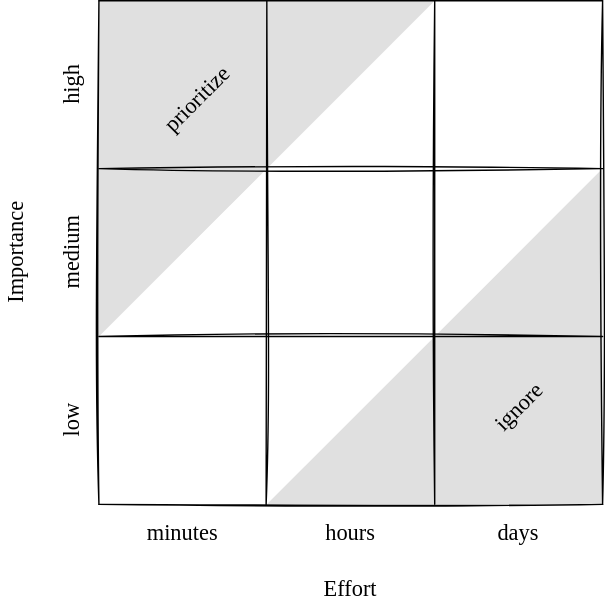
gvwilson/btt keeps this draw.io diagram as docs/crunch/effort-importance.svg. Above is the earlier version. Source tidied: cells renumbered, new cells last; positions are measured from the earlier drawing's top-left corner, leaving out a move shared by most shapes. The source it was exported from:
```xml
<mxGraphModel background="#ffffff">
  <root>
    <mxCell id="0" />
    <mxCell id="1" parent="0" />
    <mxCell id="2" style="verticalLabelPosition=bottom;verticalAlign=top;html=1;shape=mxgraph.basic.orthogonal_triangle;fontFamily=Comic Sans MS;flipH=1;strokeColor=none;fillColor=#E0E0E0;rotation=-180;" parent="1" vertex="1">
      <mxGeometry x="120" width="240" height="240" as="geometry" />
    </mxCell>
    <mxCell id="3" style="verticalLabelPosition=bottom;verticalAlign=top;html=1;shape=mxgraph.basic.orthogonal_triangle;fontFamily=Comic Sans MS;flipH=1;strokeColor=none;fillColor=#E0E0E0;" parent="1" vertex="1">
      <mxGeometry x="240" y="120" width="240" height="240" as="geometry" />
    </mxCell>
    <mxCell id="4" value="&lt;font style=&quot;font-size: 16px&quot;&gt;minutes&lt;/font&gt;" style="text;html=1;strokeColor=none;fillColor=none;align=center;verticalAlign=middle;whiteSpace=wrap;rounded=0;fontFamily=Comic Sans MS;sketch=1;" parent="1" vertex="1">
      <mxGeometry x="120" y="370" width="120" height="20" as="geometry" />
    </mxCell>
    <mxCell id="5" value="&lt;font style=&quot;font-size: 16px&quot;&gt;hours&lt;/font&gt;" style="text;html=1;strokeColor=none;fillColor=none;align=center;verticalAlign=middle;whiteSpace=wrap;rounded=0;fontFamily=Comic Sans MS;sketch=1;" parent="1" vertex="1">
      <mxGeometry x="240" y="370" width="120" height="20" as="geometry" />
    </mxCell>
    <mxCell id="6" value="&lt;font style=&quot;font-size: 16px&quot;&gt;days&lt;/font&gt;" style="text;html=1;strokeColor=none;fillColor=none;align=center;verticalAlign=middle;whiteSpace=wrap;rounded=0;fontFamily=Comic Sans MS;sketch=1;" parent="1" vertex="1">
      <mxGeometry x="360" y="370" width="120" height="20" as="geometry" />
    </mxCell>
    <mxCell id="7" style="endArrow=none;html=1;fontFamily=Comic Sans MS;sketch=1;" parent="1" edge="1">
      <mxGeometry relative="1" as="geometry">
        <mxPoint x="120" y="360" as="sourcePoint" />
        <mxPoint x="120" as="targetPoint" />
      </mxGeometry>
    </mxCell>
    <mxCell id="8" style="endArrow=none;html=1;fontFamily=Comic Sans MS;sketch=1;" parent="1" edge="1">
      <mxGeometry relative="1" as="geometry">
        <mxPoint x="239.5" y="360" as="sourcePoint" />
        <mxPoint x="240" as="targetPoint" />
      </mxGeometry>
    </mxCell>
    <mxCell id="9" style="endArrow=none;html=1;fontFamily=Comic Sans MS;sketch=1;" parent="1" edge="1">
      <mxGeometry relative="1" as="geometry">
        <mxPoint x="480" y="360" as="sourcePoint" />
        <mxPoint x="480" as="targetPoint" />
      </mxGeometry>
    </mxCell>
    <mxCell id="10" style="endArrow=none;html=1;fontFamily=Comic Sans MS;sketch=1;" parent="1" edge="1">
      <mxGeometry relative="1" as="geometry">
        <mxPoint x="360" y="360" as="sourcePoint" />
        <mxPoint x="360" as="targetPoint" />
      </mxGeometry>
    </mxCell>
    <mxCell id="11" style="endArrow=none;html=1;fontFamily=Comic Sans MS;sketch=1;" parent="1" edge="1">
      <mxGeometry relative="1" as="geometry">
        <mxPoint x="480" y="120" as="sourcePoint" />
        <mxPoint x="120" y="120" as="targetPoint" />
      </mxGeometry>
    </mxCell>
    <mxCell id="12" style="endArrow=none;html=1;fontFamily=Comic Sans MS;sketch=1;" parent="1" edge="1">
      <mxGeometry relative="1" as="geometry">
        <mxPoint x="480" as="sourcePoint" />
        <mxPoint x="120" as="targetPoint" />
      </mxGeometry>
    </mxCell>
    <mxCell id="13" style="endArrow=none;html=1;fontFamily=Comic Sans MS;sketch=1;" parent="1" edge="1">
      <mxGeometry relative="1" as="geometry">
        <mxPoint x="480" y="240" as="sourcePoint" />
        <mxPoint x="120" y="240" as="targetPoint" />
      </mxGeometry>
    </mxCell>
    <mxCell id="14" style="endArrow=none;html=1;fontFamily=Comic Sans MS;sketch=1;" parent="1" edge="1">
      <mxGeometry relative="1" as="geometry">
        <mxPoint x="480" y="360" as="sourcePoint" />
        <mxPoint x="120" y="360" as="targetPoint" />
      </mxGeometry>
    </mxCell>
    <mxCell id="15" value="&lt;font style=&quot;font-size: 16px&quot;&gt;low&lt;/font&gt;" style="text;html=1;strokeColor=none;fillColor=none;align=center;verticalAlign=middle;whiteSpace=wrap;rounded=0;fontFamily=Comic Sans MS;sketch=1;rotation=-90;" parent="1" vertex="1">
      <mxGeometry x="40" y="290" width="120" height="20" as="geometry" />
    </mxCell>
    <mxCell id="16" value="&lt;font style=&quot;font-size: 16px&quot;&gt;medium&lt;/font&gt;" style="text;html=1;strokeColor=none;fillColor=none;align=center;verticalAlign=middle;whiteSpace=wrap;rounded=0;fontFamily=Comic Sans MS;sketch=1;rotation=-90;" parent="1" vertex="1">
      <mxGeometry x="40" y="170" width="120" height="20" as="geometry" />
    </mxCell>
    <mxCell id="17" value="&lt;font style=&quot;font-size: 16px&quot;&gt;high&lt;/font&gt;" style="text;html=1;strokeColor=none;fillColor=none;align=center;verticalAlign=middle;whiteSpace=wrap;rounded=0;fontFamily=Comic Sans MS;sketch=1;rotation=-90;" parent="1" vertex="1">
      <mxGeometry x="40" y="50" width="120" height="20" as="geometry" />
    </mxCell>
    <mxCell id="18" value="&lt;font style=&quot;font-size: 16px&quot;&gt;Importance&lt;/font&gt;" style="text;html=1;strokeColor=none;fillColor=none;align=center;verticalAlign=middle;whiteSpace=wrap;rounded=0;fontFamily=Comic Sans MS;sketch=1;rotation=-90;" parent="1" vertex="1">
      <mxGeometry y="170" width="120" height="20" as="geometry" />
    </mxCell>
    <mxCell id="19" value="&lt;font style=&quot;font-size: 16px&quot;&gt;Effort&lt;/font&gt;" style="text;html=1;strokeColor=none;fillColor=none;align=center;verticalAlign=middle;whiteSpace=wrap;rounded=0;fontFamily=Comic Sans MS;sketch=1;" parent="1" vertex="1">
      <mxGeometry x="240" y="410" width="120" height="20" as="geometry" />
    </mxCell>
    <mxCell id="20" value="&lt;font style=&quot;font-size: 16px&quot;&gt;ignore&lt;/font&gt;" style="text;html=1;strokeColor=none;fillColor=none;align=center;verticalAlign=middle;whiteSpace=wrap;rounded=0;fontFamily=Comic Sans MS;sketch=1;rotation=-45;" parent="1" vertex="1">
      <mxGeometry x="360" y="280" width="120" height="20" as="geometry" />
    </mxCell>
    <mxCell id="21" value="&lt;font style=&quot;font-size: 16px&quot;&gt;prioritize&lt;/font&gt;" style="text;html=1;strokeColor=none;fillColor=none;align=center;verticalAlign=middle;whiteSpace=wrap;rounded=0;fontFamily=Comic Sans MS;sketch=1;rotation=-45;" parent="1" vertex="1">
      <mxGeometry x="130" y="60" width="120" height="20" as="geometry" />
    </mxCell>
  </root>
</mxGraphModel>
```
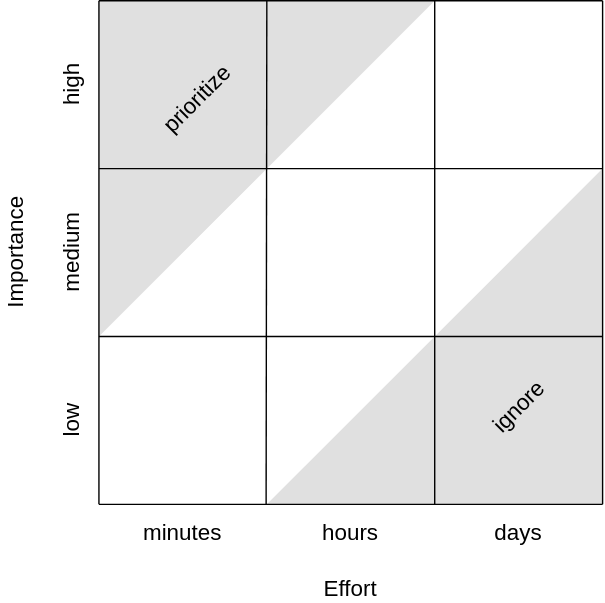
The same file after the commit.

Change to the diagram source:
```diff
@@ -2,88 +2,88 @@
   <root>
     <mxCell id="0" />
     <mxCell id="1" parent="0" />
-    <mxCell id="2" style="verticalLabelPosition=bottom;verticalAlign=top;html=1;shape=mxgraph.basic.orthogonal_triangle;fontFamily=Comic Sans MS;flipH=1;strokeColor=none;fillColor=#E0E0E0;rotation=-180;" parent="1" vertex="1">
+    <mxCell id="2" style="verticalLabelPosition=bottom;verticalAlign=top;html=1;shape=mxgraph.basic.orthogonal_triangle;fontFamily=Helvetica;flipH=1;strokeColor=none;fillColor=#E0E0E0;rotation=-180;" parent="1" vertex="1">
       <mxGeometry x="120" width="240" height="240" as="geometry" />
     </mxCell>
-    <mxCell id="3" style="verticalLabelPosition=bottom;verticalAlign=top;html=1;shape=mxgraph.basic.orthogonal_triangle;fontFamily=Comic Sans MS;flipH=1;strokeColor=none;fillColor=#E0E0E0;" parent="1" vertex="1">
+    <mxCell id="3" style="verticalLabelPosition=bottom;verticalAlign=top;html=1;shape=mxgraph.basic.orthogonal_triangle;fontFamily=Helvetica;flipH=1;strokeColor=none;fillColor=#E0E0E0;" parent="1" vertex="1">
       <mxGeometry x="240" y="120" width="240" height="240" as="geometry" />
     </mxCell>
-    <mxCell id="4" value="&lt;font style=&quot;font-size: 16px&quot;&gt;minutes&lt;/font&gt;" style="text;html=1;strokeColor=none;fillColor=none;align=center;verticalAlign=middle;whiteSpace=wrap;rounded=0;fontFamily=Comic Sans MS;sketch=1;" parent="1" vertex="1">
+    <mxCell id="4" value="&lt;font style=&quot;font-size: 16px&quot;&gt;minutes&lt;/font&gt;" style="text;html=1;strokeColor=none;fillColor=none;align=center;verticalAlign=middle;whiteSpace=wrap;rounded=0;fontFamily=Helvetica;" parent="1" vertex="1">
       <mxGeometry x="120" y="370" width="120" height="20" as="geometry" />
     </mxCell>
-    <mxCell id="5" value="&lt;font style=&quot;font-size: 16px&quot;&gt;hours&lt;/font&gt;" style="text;html=1;strokeColor=none;fillColor=none;align=center;verticalAlign=middle;whiteSpace=wrap;rounded=0;fontFamily=Comic Sans MS;sketch=1;" parent="1" vertex="1">
+    <mxCell id="5" value="&lt;font style=&quot;font-size: 16px&quot;&gt;hours&lt;/font&gt;" style="text;html=1;strokeColor=none;fillColor=none;align=center;verticalAlign=middle;whiteSpace=wrap;rounded=0;fontFamily=Helvetica;" parent="1" vertex="1">
       <mxGeometry x="240" y="370" width="120" height="20" as="geometry" />
     </mxCell>
-    <mxCell id="6" value="&lt;font style=&quot;font-size: 16px&quot;&gt;days&lt;/font&gt;" style="text;html=1;strokeColor=none;fillColor=none;align=center;verticalAlign=middle;whiteSpace=wrap;rounded=0;fontFamily=Comic Sans MS;sketch=1;" parent="1" vertex="1">
+    <mxCell id="6" value="&lt;font style=&quot;font-size: 16px&quot;&gt;days&lt;/font&gt;" style="text;html=1;strokeColor=none;fillColor=none;align=center;verticalAlign=middle;whiteSpace=wrap;rounded=0;fontFamily=Helvetica;" parent="1" vertex="1">
       <mxGeometry x="360" y="370" width="120" height="20" as="geometry" />
     </mxCell>
-    <mxCell id="7" style="endArrow=none;html=1;fontFamily=Comic Sans MS;sketch=1;" parent="1" edge="1">
+    <mxCell id="7" style="endArrow=none;html=1;fontFamily=Helvetica;" parent="1" edge="1">
       <mxGeometry relative="1" as="geometry">
         <mxPoint x="120" y="360" as="sourcePoint" />
         <mxPoint x="120" as="targetPoint" />
       </mxGeometry>
     </mxCell>
-    <mxCell id="8" style="endArrow=none;html=1;fontFamily=Comic Sans MS;sketch=1;" parent="1" edge="1">
+    <mxCell id="8" style="endArrow=none;html=1;fontFamily=Helvetica;" parent="1" edge="1">
       <mxGeometry relative="1" as="geometry">
         <mxPoint x="239.5" y="360" as="sourcePoint" />
         <mxPoint x="240" as="targetPoint" />
       </mxGeometry>
     </mxCell>
-    <mxCell id="9" style="endArrow=none;html=1;fontFamily=Comic Sans MS;sketch=1;" parent="1" edge="1">
+    <mxCell id="9" style="endArrow=none;html=1;fontFamily=Helvetica;" parent="1" edge="1">
       <mxGeometry relative="1" as="geometry">
         <mxPoint x="480" y="360" as="sourcePoint" />
         <mxPoint x="480" as="targetPoint" />
       </mxGeometry>
     </mxCell>
-    <mxCell id="10" style="endArrow=none;html=1;fontFamily=Comic Sans MS;sketch=1;" parent="1" edge="1">
+    <mxCell id="10" style="endArrow=none;html=1;fontFamily=Helvetica;" parent="1" edge="1">
       <mxGeometry relative="1" as="geometry">
         <mxPoint x="360" y="360" as="sourcePoint" />
         <mxPoint x="360" as="targetPoint" />
       </mxGeometry>
     </mxCell>
-    <mxCell id="11" style="endArrow=none;html=1;fontFamily=Comic Sans MS;sketch=1;" parent="1" edge="1">
+    <mxCell id="11" style="endArrow=none;html=1;fontFamily=Helvetica;" parent="1" edge="1">
       <mxGeometry relative="1" as="geometry">
         <mxPoint x="480" y="120" as="sourcePoint" />
         <mxPoint x="120" y="120" as="targetPoint" />
       </mxGeometry>
     </mxCell>
-    <mxCell id="12" style="endArrow=none;html=1;fontFamily=Comic Sans MS;sketch=1;" parent="1" edge="1">
+    <mxCell id="12" style="endArrow=none;html=1;fontFamily=Helvetica;" parent="1" edge="1">
       <mxGeometry relative="1" as="geometry">
         <mxPoint x="480" as="sourcePoint" />
         <mxPoint x="120" as="targetPoint" />
       </mxGeometry>
     </mxCell>
-    <mxCell id="13" style="endArrow=none;html=1;fontFamily=Comic Sans MS;sketch=1;" parent="1" edge="1">
+    <mxCell id="13" style="endArrow=none;html=1;fontFamily=Helvetica;" parent="1" edge="1">
       <mxGeometry relative="1" as="geometry">
         <mxPoint x="480" y="240" as="sourcePoint" />
         <mxPoint x="120" y="240" as="targetPoint" />
       </mxGeometry>
     </mxCell>
-    <mxCell id="14" style="endArrow=none;html=1;fontFamily=Comic Sans MS;sketch=1;" parent="1" edge="1">
+    <mxCell id="14" style="endArrow=none;html=1;fontFamily=Helvetica;" parent="1" edge="1">
       <mxGeometry relative="1" as="geometry">
         <mxPoint x="480" y="360" as="sourcePoint" />
         <mxPoint x="120" y="360" as="targetPoint" />
       </mxGeometry>
     </mxCell>
-    <mxCell id="15" value="&lt;font style=&quot;font-size: 16px&quot;&gt;low&lt;/font&gt;" style="text;html=1;strokeColor=none;fillColor=none;align=center;verticalAlign=middle;whiteSpace=wrap;rounded=0;fontFamily=Comic Sans MS;sketch=1;rotation=-90;" parent="1" vertex="1">
+    <mxCell id="15" value="&lt;font style=&quot;font-size: 16px&quot;&gt;low&lt;/font&gt;" style="text;html=1;strokeColor=none;fillColor=none;align=center;verticalAlign=middle;whiteSpace=wrap;rounded=0;fontFamily=Helvetica;rotation=-90;" parent="1" vertex="1">
       <mxGeometry x="40" y="290" width="120" height="20" as="geometry" />
     </mxCell>
-    <mxCell id="16" value="&lt;font style=&quot;font-size: 16px&quot;&gt;medium&lt;/font&gt;" style="text;html=1;strokeColor=none;fillColor=none;align=center;verticalAlign=middle;whiteSpace=wrap;rounded=0;fontFamily=Comic Sans MS;sketch=1;rotation=-90;" parent="1" vertex="1">
+    <mxCell id="16" value="&lt;font style=&quot;font-size: 16px&quot;&gt;medium&lt;/font&gt;" style="text;html=1;strokeColor=none;fillColor=none;align=center;verticalAlign=middle;whiteSpace=wrap;rounded=0;fontFamily=Helvetica;rotation=-90;" parent="1" vertex="1">
       <mxGeometry x="40" y="170" width="120" height="20" as="geometry" />
     </mxCell>
-    <mxCell id="17" value="&lt;font style=&quot;font-size: 16px&quot;&gt;high&lt;/font&gt;" style="text;html=1;strokeColor=none;fillColor=none;align=center;verticalAlign=middle;whiteSpace=wrap;rounded=0;fontFamily=Comic Sans MS;sketch=1;rotation=-90;" parent="1" vertex="1">
+    <mxCell id="17" value="&lt;font style=&quot;font-size: 16px&quot;&gt;high&lt;/font&gt;" style="text;html=1;strokeColor=none;fillColor=none;align=center;verticalAlign=middle;whiteSpace=wrap;rounded=0;fontFamily=Helvetica;rotation=-90;" parent="1" vertex="1">
       <mxGeometry x="40" y="50" width="120" height="20" as="geometry" />
     </mxCell>
-    <mxCell id="18" value="&lt;font style=&quot;font-size: 16px&quot;&gt;Importance&lt;/font&gt;" style="text;html=1;strokeColor=none;fillColor=none;align=center;verticalAlign=middle;whiteSpace=wrap;rounded=0;fontFamily=Comic Sans MS;sketch=1;rotation=-90;" parent="1" vertex="1">
+    <mxCell id="18" value="&lt;font style=&quot;font-size: 16px&quot;&gt;Importance&lt;/font&gt;" style="text;html=1;strokeColor=none;fillColor=none;align=center;verticalAlign=middle;whiteSpace=wrap;rounded=0;fontFamily=Helvetica;rotation=-90;" parent="1" vertex="1">
       <mxGeometry y="170" width="120" height="20" as="geometry" />
     </mxCell>
-    <mxCell id="19" value="&lt;font style=&quot;font-size: 16px&quot;&gt;Effort&lt;/font&gt;" style="text;html=1;strokeColor=none;fillColor=none;align=center;verticalAlign=middle;whiteSpace=wrap;rounded=0;fontFamily=Comic Sans MS;sketch=1;" parent="1" vertex="1">
+    <mxCell id="19" value="&lt;font style=&quot;font-size: 16px&quot;&gt;Effort&lt;/font&gt;" style="text;html=1;strokeColor=none;fillColor=none;align=center;verticalAlign=middle;whiteSpace=wrap;rounded=0;fontFamily=Helvetica;" parent="1" vertex="1">
       <mxGeometry x="240" y="410" width="120" height="20" as="geometry" />
     </mxCell>
-    <mxCell id="20" value="&lt;font style=&quot;font-size: 16px&quot;&gt;ignore&lt;/font&gt;" style="text;html=1;strokeColor=none;fillColor=none;align=center;verticalAlign=middle;whiteSpace=wrap;rounded=0;fontFamily=Comic Sans MS;sketch=1;rotation=-45;" parent="1" vertex="1">
+    <mxCell id="20" value="&lt;font style=&quot;font-size: 16px&quot;&gt;ignore&lt;/font&gt;" style="text;html=1;strokeColor=none;fillColor=none;align=center;verticalAlign=middle;whiteSpace=wrap;rounded=0;fontFamily=Helvetica;rotation=-45;" parent="1" vertex="1">
       <mxGeometry x="360" y="280" width="120" height="20" as="geometry" />
     </mxCell>
-    <mxCell id="21" value="&lt;font style=&quot;font-size: 16px&quot;&gt;prioritize&lt;/font&gt;" style="text;html=1;strokeColor=none;fillColor=none;align=center;verticalAlign=middle;whiteSpace=wrap;rounded=0;fontFamily=Comic Sans MS;sketch=1;rotation=-45;" parent="1" vertex="1">
+    <mxCell id="21" value="&lt;font style=&quot;font-size: 16px&quot;&gt;prioritize&lt;/font&gt;" style="text;html=1;strokeColor=none;fillColor=none;align=center;verticalAlign=middle;whiteSpace=wrap;rounded=0;fontFamily=Helvetica;rotation=-45;" parent="1" vertex="1">
       <mxGeometry x="130" y="60" width="120" height="20" as="geometry" />
     </mxCell>
   </root>
```
